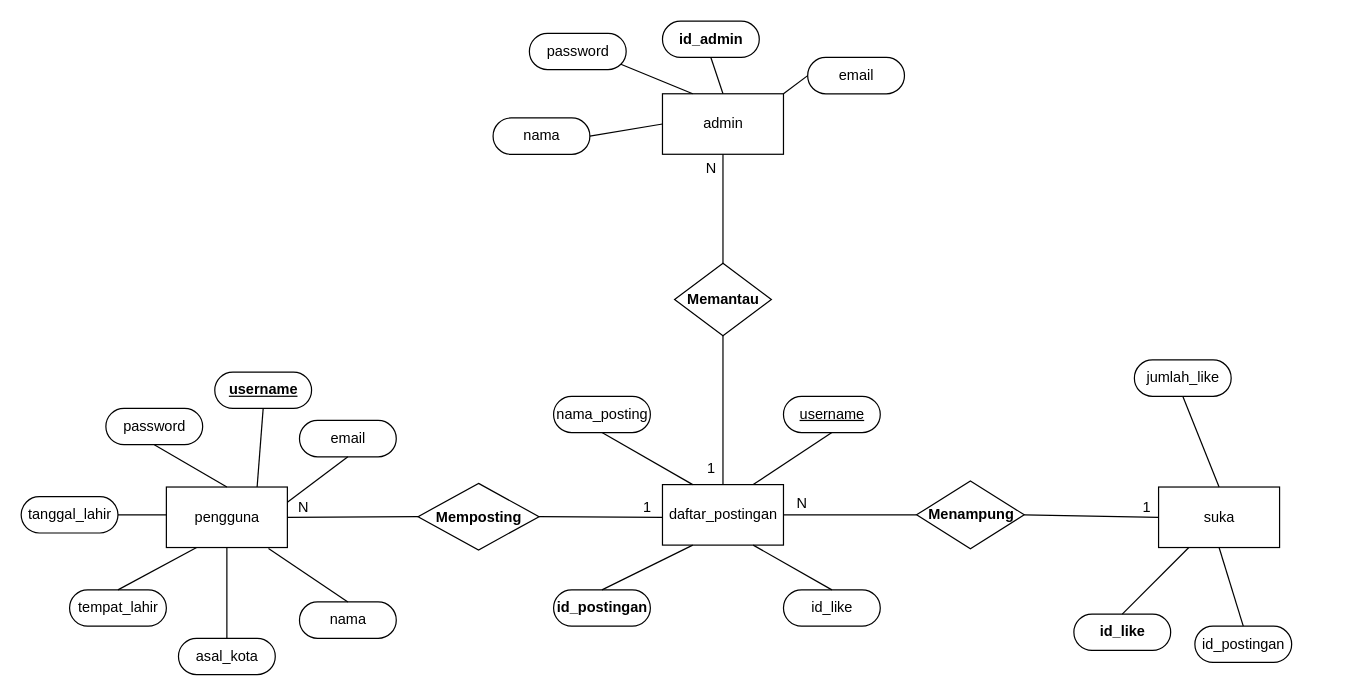
Earlier version of the draw.io diagram erd food diary.drawio (j3c118131/RPL). Source tidied: cells renumbered, new cells numbered last; positions are measured from the earlier drawing's top-left corner, leaving out a move shared by most shapes. Both pictures are drawn from the tidied source at 121%, with x=0, y=0 at pixel (21, 21).
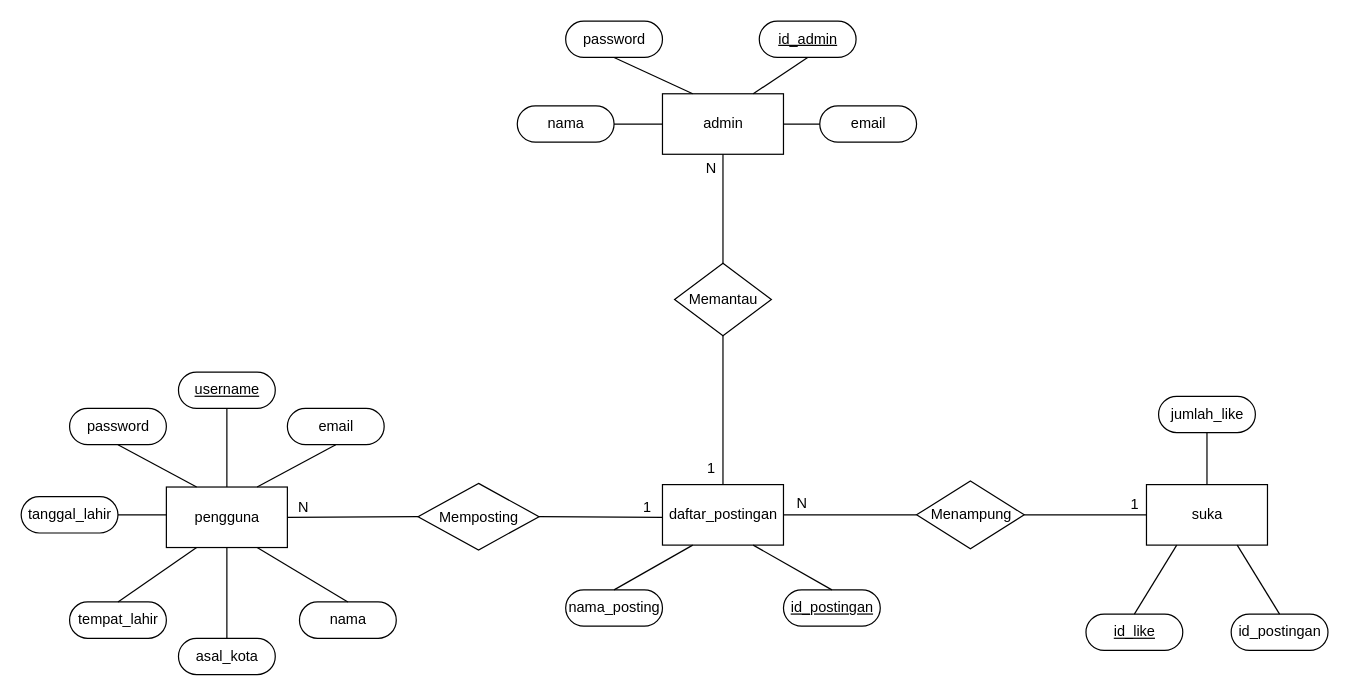
The same diagram, later.

The change refers to these unchanged cells:
```xml
<mxCell id="2" value="pengguna" style="html=1;dashed=0;whitespace=wrap;" parent="1" vertex="1">
  <mxGeometry x="120" y="385" width="100" height="50" as="geometry" />
</mxCell>
<mxCell id="3" value="daftar_postingan" style="html=1;dashed=0;whitespace=wrap;" parent="1" vertex="1">
  <mxGeometry x="530" y="383" width="100" height="50" as="geometry" />
</mxCell>
<mxCell id="5" value="admin" style="html=1;dashed=0;whitespace=wrap;" parent="1" vertex="1">
  <mxGeometry x="530" y="60" width="100" height="50" as="geometry" />
</mxCell>
<mxCell id="36" value="nama" style="html=1;dashed=0;whitespace=wrap;shape=mxgraph.dfd.start;" parent="1" vertex="1">
  <mxGeometry x="230" y="480" width="80" height="30" as="geometry" />
</mxCell>
```

What changed in the source:
```diff
@@
     <mxCell id="4" value="suka" style="html=1;dashed=0;whitespace=wrap;" parent="1" vertex="1">
-      <mxGeometry x="940" y="385" width="100" height="50" as="geometry" />
+      <mxGeometry x="930" y="383" width="100" height="50" as="geometry" />
     </mxCell>
@@
-    <mxCell id="6" value="&lt;b&gt;Memposting&lt;/b&gt;" style="shape=rhombus;html=1;dashed=0;whitespace=wrap;perimeter=rhombusPerimeter;" parent="1" vertex="1">
+    <mxCell id="6" value="Memposting" style="shape=rhombus;html=1;dashed=0;whitespace=wrap;perimeter=rhombusPerimeter;" parent="1" vertex="1">
       <mxGeometry x="328" y="382" width="100" height="55" as="geometry" />
     </mxCell>
-    <mxCell id="7" value="&lt;b&gt;Menampung&lt;/b&gt;" style="shape=rhombus;html=1;dashed=0;whitespace=wrap;perimeter=rhombusPerimeter;" parent="1" vertex="1">
+    <mxCell id="7" value="Menampung" style="shape=rhombus;html=1;dashed=0;whitespace=wrap;perimeter=rhombusPerimeter;" parent="1" vertex="1">
       <mxGeometry x="740" y="380" width="89" height="56" as="geometry" />
     </mxCell>
-    <mxCell id="8" value="&lt;b&gt;Memantau&lt;/b&gt;" style="shape=rhombus;html=1;dashed=0;whitespace=wrap;perimeter=rhombusPerimeter;" parent="1" vertex="1">
+    <mxCell id="8" value="Memantau" style="shape=rhombus;html=1;dashed=0;whitespace=wrap;perimeter=rhombusPerimeter;" parent="1" vertex="1">
       <mxGeometry x="540" y="200" width="80" height="60" as="geometry" />
     </mxCell>
@@
-    <mxCell id="21" value="&lt;u&gt;username&lt;/u&gt;" style="html=1;dashed=0;whitespace=wrap;shape=mxgraph.dfd.start;fontStyle=1;" parent="1" vertex="1">
-      <mxGeometry x="160" y="290" width="80" height="30" as="geometry" />
+    <mxCell id="21" value="&lt;u style=&quot;font-weight: normal&quot;&gt;username&lt;/u&gt;" style="html=1;dashed=0;whitespace=wrap;shape=mxgraph.dfd.start;fontStyle=1;" parent="1" vertex="1">
+      <mxGeometry x="130" y="290" width="80" height="30" as="geometry" />
     </mxCell>
     <mxCell id="22" value="password" style="html=1;dashed=0;whitespace=wrap;shape=mxgraph.dfd.start;" parent="1" vertex="1">
-      <mxGeometry x="70" y="320" width="80" height="30" as="geometry" />
+      <mxGeometry x="40" y="320" width="80" height="30" as="geometry" />
     </mxCell>
@@
     <mxCell id="24" value="tempat_lahir" style="html=1;dashed=0;whitespace=wrap;shape=mxgraph.dfd.start;" parent="1" vertex="1">
-      <mxGeometry x="40" y="470" width="80" height="30" as="geometry" />
+      <mxGeometry x="40" y="480" width="80" height="30" as="geometry" />
     </mxCell>
@@
-    <mxCell id="26" value="id_postingan" style="html=1;dashed=0;whitespace=wrap;shape=mxgraph.dfd.start;fontStyle=1;" parent="1" vertex="1">
-      <mxGeometry x="440" y="470" width="80" height="30" as="geometry" />
+    <mxCell id="26" value="&lt;u style=&quot;font-weight: normal&quot;&gt;id_postingan&lt;/u&gt;" style="html=1;dashed=0;whitespace=wrap;shape=mxgraph.dfd.start;fontStyle=1;" parent="1" vertex="1">
+      <mxGeometry x="630" y="470" width="80" height="30" as="geometry" />
     </mxCell>
-    <mxCell id="27" value="id_like" style="html=1;dashed=0;whitespace=wrap;shape=mxgraph.dfd.start;" parent="1" vertex="1">
-      <mxGeometry x="630" y="470" width="80" height="30" as="geometry" />
-    </mxCell>
-    <mxCell id="28" value="&lt;u&gt;username&lt;/u&gt;" style="html=1;dashed=0;whitespace=wrap;shape=mxgraph.dfd.start;" parent="1" vertex="1">
-      <mxGeometry x="630" y="310" width="80" height="30" as="geometry" />
-    </mxCell>
     <mxCell id="29" value="nama_posting" style="html=1;dashed=0;whitespace=wrap;shape=mxgraph.dfd.start;" parent="1" vertex="1">
-      <mxGeometry x="440" y="310" width="80" height="30" as="geometry" />
+      <mxGeometry x="450" y="470" width="80" height="30" as="geometry" />
     </mxCell>
-    <mxCell id="30" value="id_like" style="html=1;dashed=0;whitespace=wrap;shape=mxgraph.dfd.start;fontStyle=1;" parent="1" vertex="1">
-      <mxGeometry x="870" y="490" width="80" height="30" as="geometry" />
+    <mxCell id="30" value="&lt;u style=&quot;font-weight: normal&quot;&gt;id_like&lt;/u&gt;" style="html=1;dashed=0;whitespace=wrap;shape=mxgraph.dfd.start;fontStyle=1;" parent="1" vertex="1">
+      <mxGeometry x="880" y="490" width="80" height="30" as="geometry" />
     </mxCell>
     <mxCell id="31" value="id_postingan" style="html=1;dashed=0;whitespace=wrap;shape=mxgraph.dfd.start;" parent="1" vertex="1">
-      <mxGeometry x="970" y="500" width="80" height="30" as="geometry" />
+      <mxGeometry x="1000" y="490" width="80" height="30" as="geometry" />
     </mxCell>
     <mxCell id="32" value="jumlah_like" style="html=1;dashed=0;whitespace=wrap;shape=mxgraph.dfd.start;" parent="1" vertex="1">
-      <mxGeometry x="920" y="280" width="80" height="30" as="geometry" />
+      <mxGeometry x="940" y="310" width="80" height="30" as="geometry" />
     </mxCell>
-    <mxCell id="33" value="id_admin" style="html=1;dashed=0;whitespace=wrap;shape=mxgraph.dfd.start;fontStyle=1;" parent="1" vertex="1">
-      <mxGeometry x="530" width="80" height="30" as="geometry" />
+    <mxCell id="33" value="&lt;u style=&quot;font-weight: normal&quot;&gt;id_admin&lt;/u&gt;" style="html=1;dashed=0;whitespace=wrap;shape=mxgraph.dfd.start;fontStyle=1;" parent="1" vertex="1">
+      <mxGeometry x="610" width="80" height="30" as="geometry" />
     </mxCell>
     <mxCell id="34" value="password" style="html=1;dashed=0;whitespace=wrap;shape=mxgraph.dfd.start;" parent="1" vertex="1">
-      <mxGeometry x="420" y="10" width="80" height="30" as="geometry" />
+      <mxGeometry x="450" width="80" height="30" as="geometry" />
     </mxCell>
     <mxCell id="35" value="nama" style="html=1;dashed=0;whitespace=wrap;shape=mxgraph.dfd.start;" parent="1" vertex="1">
-      <mxGeometry x="390" y="80" width="80" height="30" as="geometry" />
+      <mxGeometry x="410" y="70" width="80" height="30" as="geometry" />
     </mxCell>
@@
-    <mxCell id="38" style="endArrow=none;html=1;rounded=0;exitX=0;exitY=0;exitDx=75.605;exitDy=25.605000000000004;exitPerimeter=0;entryX=0.25;entryY=0;entryDx=0;entryDy=0;" parent="1" edge="1" source="34" target="5">
+    <mxCell id="38" style="endArrow=none;html=1;rounded=0;exitX=0.5;exitY=0.5;exitDx=0;exitDy=15;exitPerimeter=0;entryX=0.25;entryY=0;entryDx=0;entryDy=0;" parent="1" edge="1" source="34" target="5">
       <mxGeometry relative="1" as="geometry" />
     </mxCell>
-    <mxCell id="39" style="endArrow=none;html=1;rounded=0;exitX=0.5;exitY=0.5;exitDx=0;exitDy=15.000000000000002;exitPerimeter=0;entryX=0.5;entryY=0;entryDx=0;entryDy=0;" parent="1" edge="1" source="33" target="5">
+    <mxCell id="39" style="endArrow=none;html=1;rounded=0;exitX=0.5;exitY=0.5;exitDx=0;exitDy=15.000000000000002;exitPerimeter=0;entryX=0.75;entryY=0;entryDx=0;entryDy=0;" parent="1" edge="1" source="33" target="5">
       <mxGeometry relative="1" as="geometry" />
     </mxCell>
-    <mxCell id="40" style="endArrow=none;html=1;rounded=0;exitX=0.5;exitY=0.5;exitDx=0;exitDy=15.000000000000002;exitPerimeter=0;entryX=0.75;entryY=0;entryDx=0;entryDy=0;" parent="1" edge="1" source="21" target="2">
+    <mxCell id="40" style="endArrow=none;html=1;rounded=0;exitX=0.5;exitY=0.5;exitDx=0;exitDy=15.000000000000002;exitPerimeter=0;entryX=0.5;entryY=0;entryDx=0;entryDy=0;" parent="1" edge="1" source="21" target="2">
       <mxGeometry relative="1" as="geometry" />
     </mxCell>
-    <mxCell id="41" style="endArrow=none;html=1;rounded=0;exitX=0.5;exitY=0.5;exitDx=0;exitDy=15.000000000000002;exitPerimeter=0;entryX=0.5;entryY=0;entryDx=0;entryDy=0;" parent="1" edge="1" source="22" target="2">
+    <mxCell id="41" style="endArrow=none;html=1;rounded=0;exitX=0.5;exitY=0.5;exitDx=0;exitDy=15;exitPerimeter=0;entryX=0.25;entryY=0;entryDx=0;entryDy=0;" parent="1" edge="1" source="22" target="2">
       <mxGeometry relative="1" as="geometry" />
     </mxCell>
@@
-    <mxCell id="45" style="endArrow=none;html=1;rounded=0;exitX=0.5;exitY=0.5;exitDx=0;exitDy=-15.000000000000002;exitPerimeter=0;entryX=0.844;entryY=1.017;entryDx=0;entryDy=0;entryPerimeter=0;" parent="1" edge="1" source="36" target="2">
+    <mxCell id="45" style="endArrow=none;html=1;rounded=0;exitX=0.5;exitY=0.5;exitDx=0;exitDy=-15.000000000000002;exitPerimeter=0;entryX=0.75;entryY=1;entryDx=0;entryDy=0;" parent="1" edge="1" source="36" target="2">
       <mxGeometry relative="1" as="geometry" />
     </mxCell>
-    <mxCell id="46" style="endArrow=none;html=1;rounded=0;exitX=0.5;exitY=0.5;exitDx=0;exitDy=-15.000000000000002;exitPerimeter=0;entryX=0.25;entryY=1;entryDx=0;entryDy=0;" parent="1" edge="1" source="26" target="3">
-      <mxGeometry relative="1" as="geometry" />
-    </mxCell>
-    <mxCell id="47" style="endArrow=none;html=1;rounded=0;exitX=0.5;exitY=0.5;exitDx=0;exitDy=-15.000000000000002;exitPerimeter=0;entryX=0.75;entryY=1;entryDx=0;entryDy=0;" parent="1" edge="1" source="27" target="3">
-      <mxGeometry relative="1" as="geometry" />
+    <mxCell id="47" style="endArrow=none;html=1;rounded=0;exitX=0.5;exitY=0.5;exitDx=0;exitDy=-15.000000000000002;exitPerimeter=0;entryX=0.75;entryY=1;entryDx=0;entryDy=0;" parent="1" edge="1" target="3">
+      <mxGeometry relative="1" as="geometry">
+        <mxPoint x="670" y="470" as="sourcePoint" />
+      </mxGeometry>
     </mxCell>
-    <mxCell id="48" style="endArrow=none;html=1;rounded=0;exitX=0.75;exitY=0;exitDx=0;exitDy=0;entryX=0.5;entryY=0.5;entryDx=0;entryDy=15.000000000000002;entryPerimeter=0;" parent="1" edge="1" source="3" target="28">
-      <mxGeometry relative="1" as="geometry" />
-    </mxCell>
-    <mxCell id="49" style="endArrow=none;html=1;rounded=0;exitX=0.25;exitY=0;exitDx=0;exitDy=0;entryX=0.5;entryY=0.5;entryDx=0;entryDy=15.000000000000002;entryPerimeter=0;" parent="1" edge="1" source="3" target="29">
+    <mxCell id="49" style="endArrow=none;html=1;rounded=0;exitX=0.25;exitY=1;exitDx=0;exitDy=0;entryX=0.5;entryY=0.5;entryDx=0;entryDy=-15;entryPerimeter=0;" parent="1" edge="1" source="3" target="29">
       <mxGeometry relative="1" as="geometry" />
     </mxCell>
@@
-    <mxCell id="52" style="endArrow=none;html=1;rounded=0;exitX=0.5;exitY=0.5;exitDx=0;exitDy=-15.000000000000002;entryX=0.5;entryY=1;entryDx=0;entryDy=0;exitPerimeter=0;" parent="1" edge="1" source="31" target="4">
+    <mxCell id="52" style="endArrow=none;html=1;rounded=0;exitX=0.5;exitY=0.5;exitDx=0;exitDy=-15.000000000000002;entryX=0.75;entryY=1;entryDx=0;entryDy=0;exitPerimeter=0;" parent="1" edge="1" source="31" target="4">
       <mxGeometry relative="1" as="geometry" />
     </mxCell>
     <mxCell id="53" value="email" style="html=1;dashed=0;whitespace=wrap;shape=mxgraph.dfd.start;" parent="1" vertex="1">
-      <mxGeometry x="230" y="330" width="80" height="30" as="geometry" />
+      <mxGeometry x="220" y="320" width="80" height="30" as="geometry" />
     </mxCell>
-    <mxCell id="54" style="endArrow=none;html=1;rounded=0;exitX=0.5;exitY=0.5;exitDx=0;exitDy=15;exitPerimeter=0;entryX=1;entryY=0.25;entryDx=0;entryDy=0;" parent="1" edge="1" source="53" target="2">
+    <mxCell id="54" style="endArrow=none;html=1;rounded=0;exitX=0.5;exitY=0.5;exitDx=0;exitDy=15;exitPerimeter=0;entryX=0.75;entryY=0;entryDx=0;entryDy=0;" parent="1" edge="1" source="53" target="2">
       <mxGeometry relative="1" as="geometry" />
     </mxCell>
     <mxCell id="55" value="email" style="html=1;dashed=0;whitespace=wrap;shape=mxgraph.dfd.start;" parent="1" vertex="1">
-      <mxGeometry x="650" y="30" width="80" height="30" as="geometry" />
+      <mxGeometry x="660" y="70" width="80" height="30" as="geometry" />
     </mxCell>
-    <mxCell id="56" style="endArrow=none;html=1;rounded=0;exitX=0;exitY=0.5;exitDx=0;exitDy=0;exitPerimeter=0;entryX=1;entryY=0;entryDx=0;entryDy=0;" parent="1" edge="1" source="55" target="5">
+    <mxCell id="56" style="endArrow=none;html=1;rounded=0;exitX=0;exitY=0.5;exitDx=0;exitDy=0;exitPerimeter=0;entryX=1;entryY=0.5;entryDx=0;entryDy=0;" parent="1" edge="1" source="55" target="5">
       <mxGeometry relative="1" as="geometry" />
     </mxCell>
```
